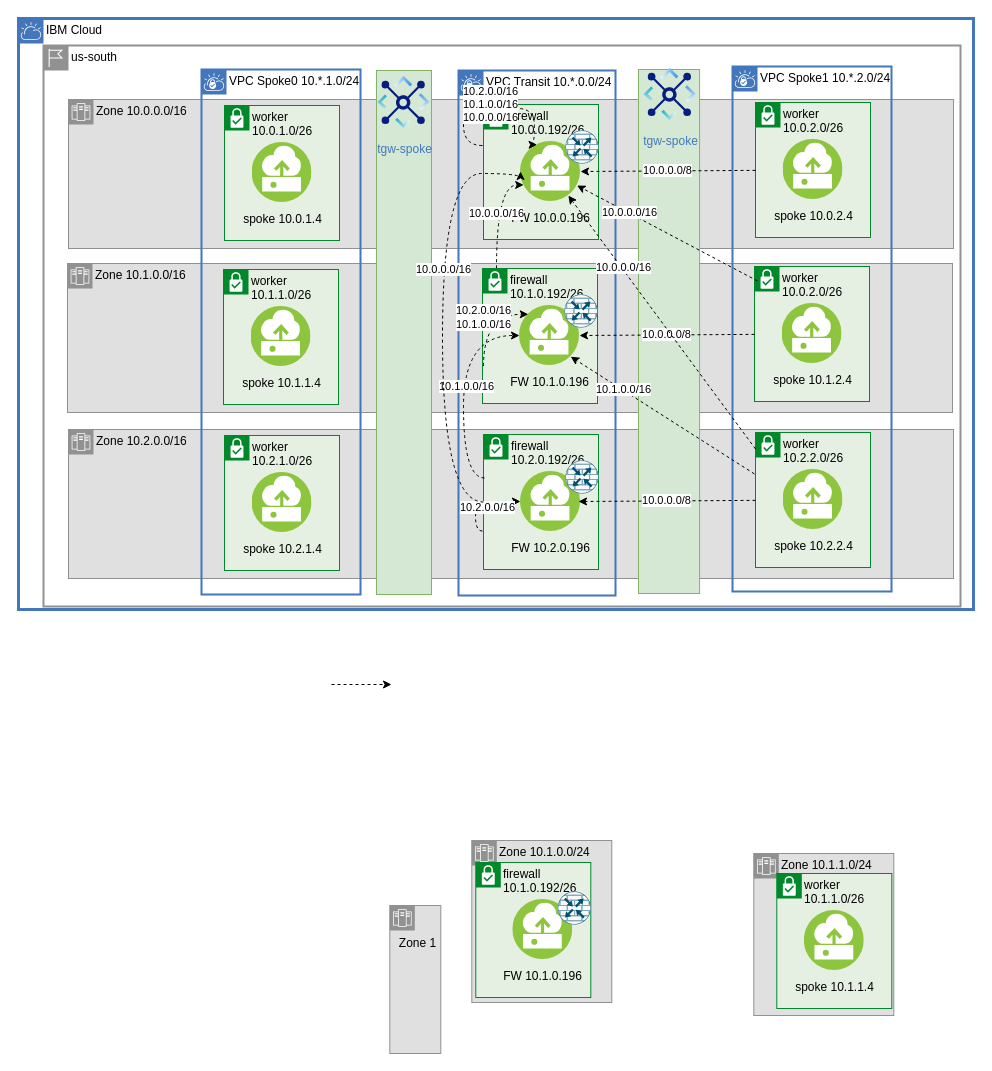
ibm-cloud-docs/solution-tutorials keeps this draw.io diagram as page "asymmetric-spoke-fw" (5 of 8) of diagrams/vpc-transit.drawio. Above is the earlier version. Source tidied: cells renumbered, new cells numbered last; positions are measured from the earlier drawing's top-left corner, leaving out a move shared by most shapes. Both pictures are drawn from the tidied source at 100%, with x=0, y=0 at pixel (18, 18).
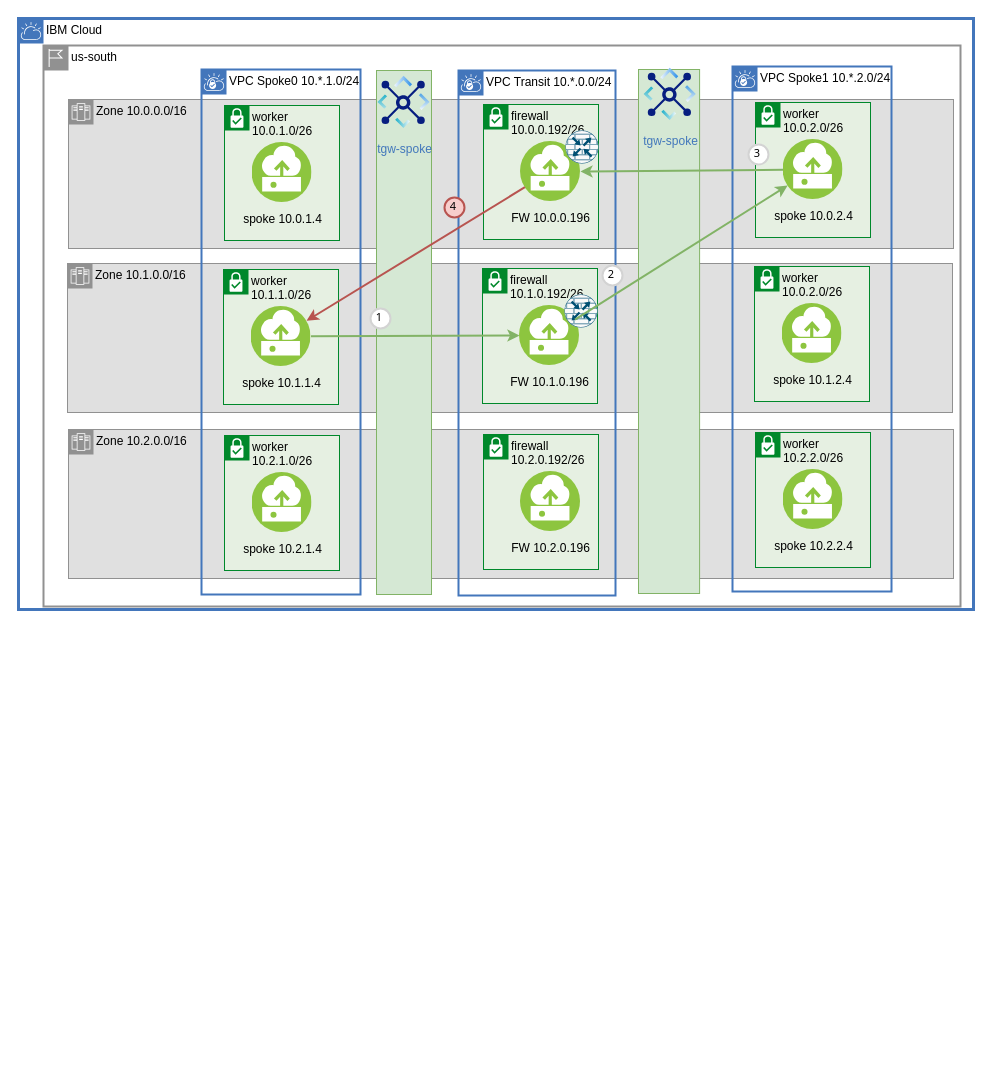
The same page after the edit.

The change refers to these unchanged cells:
```xml
<mxCell id="9" value="firewall&lt;br&gt;10.2.0.192/26" style="shape=mxgraph.ibm.box;prType=subnet;fontStyle=0;verticalAlign=top;align=left;spacingLeft=32;spacingTop=4;fillColor=#E6F0E2;rounded=0;whiteSpace=wrap;html=1;strokeColor=#00882B;strokeWidth=1;dashed=0;spacing=-4;flipV=0;" parent="1" vertex="1">
  <mxGeometry x="465" y="416" width="115" height="135" as="geometry" />
</mxCell>
<mxCell id="10" value="worker 10.2.2.0/26" style="shape=mxgraph.ibm.box;prType=subnet;fontStyle=0;verticalAlign=top;align=left;spacingLeft=32;spacingTop=4;fillColor=#E6F0E2;rounded=0;whiteSpace=wrap;html=1;strokeColor=#00882B;strokeWidth=1;dashed=0;spacing=-4;" parent="1" vertex="1">
  <mxGeometry x="737" y="414" width="115" height="135" as="geometry" />
</mxCell>
<mxCell id="12" value="FW 10.2.0.196" style="perimeter=ellipsePerimeter;html=1;align=center;shadow=0;dashed=0;fontColor=black;fontSize=12;spacingTop=3;image;image=img/lib/ibm/vpc/Instance.svg;overflow=visible;noLabel=0;labelBackgroundColor=none;" parent="1" vertex="1">
  <mxGeometry x="502" y="453" width="60" height="60" as="geometry" />
</mxCell>
<mxCell id="15" value="firewall&lt;br&gt;10.0.0.192/26" style="shape=mxgraph.ibm.box;prType=subnet;fontStyle=0;verticalAlign=top;align=left;spacingLeft=32;spacingTop=4;fillColor=#E6F0E2;rounded=0;whiteSpace=wrap;html=1;strokeColor=#00882B;strokeWidth=1;dashed=0;spacing=-4;flipV=0;" parent="1" vertex="1">
  <mxGeometry x="465" y="86" width="115" height="135" as="geometry" />
</mxCell>
<mxCell id="16" value="worker 10.0.2.0/26" style="shape=mxgraph.ibm.box;prType=subnet;fontStyle=0;verticalAlign=top;align=left;spacingLeft=32;spacingTop=4;fillColor=#E6F0E2;rounded=0;whiteSpace=wrap;html=1;strokeColor=#00882B;strokeWidth=1;dashed=0;spacing=-4;" parent="1" vertex="1">
  <mxGeometry x="737" y="84" width="115" height="135" as="geometry" />
</mxCell>
<mxCell id="17" value="spoke 10.0.2.4" style="perimeter=ellipsePerimeter;html=1;align=center;shadow=0;dashed=0;fontColor=black;fontSize=12;spacingTop=3;image;image=img/lib/ibm/vpc/Instance.svg;overflow=visible;noLabel=0;labelBackgroundColor=none;" parent="1" vertex="1">
  <mxGeometry x="764.5" y="121" width="60" height="60" as="geometry" />
</mxCell>
<mxCell id="18" value="FW 10.0.0.196" style="perimeter=ellipsePerimeter;html=1;align=center;shadow=0;dashed=0;fontColor=black;fontSize=12;spacingTop=3;image;image=img/lib/ibm/vpc/Instance.svg;overflow=visible;noLabel=0;labelBackgroundColor=none;" parent="1" vertex="1">
  <mxGeometry x="502" y="123" width="60" height="60" as="geometry" />
</mxCell>
<mxCell id="36" value="firewall&lt;br&gt;10.1.0.192/26" style="shape=mxgraph.ibm.box;prType=subnet;fontStyle=0;verticalAlign=top;align=left;spacingLeft=32;spacingTop=4;fillColor=#E6F0E2;rounded=0;whiteSpace=wrap;html=1;strokeColor=#00882B;strokeWidth=1;dashed=0;spacing=-4;flipV=0;" parent="1" vertex="1">
  <mxGeometry x="464" y="250" width="115" height="135" as="geometry" />
</mxCell>
<mxCell id="37" value="worker 10.0.2.0/26" style="shape=mxgraph.ibm.box;prType=subnet;fontStyle=0;verticalAlign=top;align=left;spacingLeft=32;spacingTop=4;fillColor=#E6F0E2;rounded=0;whiteSpace=wrap;html=1;strokeColor=#00882B;strokeWidth=1;dashed=0;spacing=-4;" parent="1" vertex="1">
  <mxGeometry x="736" y="248" width="115" height="135" as="geometry" />
</mxCell>
<mxCell id="39" value="FW 10.1.0.196" style="perimeter=ellipsePerimeter;html=1;align=center;shadow=0;dashed=0;fontColor=black;fontSize=12;spacingTop=3;image;image=img/lib/ibm/vpc/Instance.svg;overflow=visible;noLabel=0;labelBackgroundColor=none;" parent="1" vertex="1">
  <mxGeometry x="501" y="287" width="60" height="60" as="geometry" />
</mxCell>
<mxCell id="44" value="spoke 10.1.1.4" style="perimeter=ellipsePerimeter;html=1;align=center;shadow=0;dashed=0;fontColor=black;fontSize=12;spacingTop=3;image;image=img/lib/ibm/vpc/Instance.svg;overflow=visible;noLabel=0;labelBackgroundColor=none;" parent="1" vertex="1">
  <mxGeometry x="232.5" y="288" width="60" height="60" as="geometry" />
</mxCell>
```

What changed in the source:
```diff
@@
-    <mxCell id="13" style="sketch=0;verticalLabelPosition=bottom;html=1;verticalAlign=top;align=center;shape=mxgraph.cisco19.rect;prIcon=router_with_firewall;fillColor=#FAFAFA;strokeColor=#005073;shadow=0;dashed=0;labelBackgroundColor=none;fontFamily=Helvetica;fontSize=12;fontColor=black;" parent="1" vertex="1">
-      <mxGeometry x="547" y="442" width="33" height="33" as="geometry" />
-    </mxCell>
-    <mxCell id="14" value="Zone 10.1.0.0/24" style="shape=mxgraph.ibm.box;prType=zone;fontStyle=0;verticalAlign=top;align=left;spacingLeft=32;spacingTop=4;fillColor=#E0E0E0;rounded=0;whiteSpace=wrap;html=1;strokeColor=#919191;strokeWidth=1;dashed=0;spacing=-4;" parent="1" vertex="1">
-      <mxGeometry x="453.3" y="822" width="140" height="162" as="geometry" />
-    </mxCell>
@@
-    <mxCell id="19" value="Zone 10.1.1.0/24" style="shape=mxgraph.ibm.box;prType=zone;fontStyle=0;verticalAlign=top;align=left;spacingLeft=32;spacingTop=4;fillColor=#E0E0E0;rounded=0;whiteSpace=wrap;html=1;strokeColor=#919191;strokeWidth=1;dashed=0;spacing=-4;" parent="1" vertex="1">
-      <mxGeometry x="735.3" y="835" width="140" height="162" as="geometry" />
-    </mxCell>
-    <mxCell id="20" value="firewall&lt;br&gt;10.1.0.192/26" style="shape=mxgraph.ibm.box;prType=subnet;fontStyle=0;verticalAlign=top;align=left;spacingLeft=32;spacingTop=4;fillColor=#E6F0E2;rounded=0;whiteSpace=wrap;html=1;strokeColor=#00882B;strokeWidth=1;dashed=0;spacing=-4;flipV=0;" parent="1" vertex="1">
-      <mxGeometry x="457.3" y="844" width="115" height="135" as="geometry" />
-    </mxCell>
-    <mxCell id="21" value="worker 10.1.1.0/26" style="shape=mxgraph.ibm.box;prType=subnet;fontStyle=0;verticalAlign=top;align=left;spacingLeft=32;spacingTop=4;fillColor=#E6F0E2;rounded=0;whiteSpace=wrap;html=1;strokeColor=#00882B;strokeWidth=1;dashed=0;spacing=-4;" parent="1" vertex="1">
-      <mxGeometry x="758.3" y="855" width="115" height="135" as="geometry" />
-    </mxCell>
-    <mxCell id="22" value="spoke 10.1.1.4" style="perimeter=ellipsePerimeter;html=1;align=center;shadow=0;dashed=0;fontColor=black;fontSize=12;spacingTop=3;image;image=img/lib/ibm/vpc/Instance.svg;overflow=visible;noLabel=0;labelBackgroundColor=none;" parent="1" vertex="1">
-      <mxGeometry x="785.8" y="892" width="60" height="60" as="geometry" />
-    </mxCell>
-    <mxCell id="23" value="FW 10.1.0.196" style="perimeter=ellipsePerimeter;html=1;align=center;shadow=0;dashed=0;fontColor=black;fontSize=12;spacingTop=3;image;image=img/lib/ibm/vpc/Instance.svg;overflow=visible;noLabel=0;labelBackgroundColor=none;" parent="1" vertex="1">
-      <mxGeometry x="494.3" y="881" width="60" height="60" as="geometry" />
-    </mxCell>
-    <mxCell id="24" style="sketch=0;verticalLabelPosition=bottom;html=1;verticalAlign=top;align=center;shape=mxgraph.cisco19.rect;prIcon=router_with_firewall;fillColor=#FAFAFA;strokeColor=#005073;shadow=0;dashed=0;labelBackgroundColor=none;fontFamily=Helvetica;fontSize=12;fontColor=black;" parent="1" vertex="1">
-      <mxGeometry x="539.3" y="873" width="33" height="33" as="geometry" />
-    </mxCell>
@@
-    <mxCell id="28" style="group;" parent="1" vertex="1">
-      <mxGeometry x="371.3" y="887" width="59.7" height="148" as="geometry" />
-    </mxCell>
-    <mxCell id="29" style="shape=mxgraph.ibm.box;prType=zone;fontStyle=0;verticalAlign=top;align=left;spacingLeft=32;spacingTop=4;fillColor=#E0E0E0;rounded=0;whiteSpace=wrap;html=1;strokeColor=#919191;strokeWidth=1;dashed=0;spacing=-4;" parent="28" vertex="1">
-      <mxGeometry width="51" height="148" as="geometry" />
-    </mxCell>
-    <mxCell id="30" value="Zone 1" style="text;html=1;align=center;verticalAlign=middle;strokeColor=none;fillColor=none;fontSize=12;fontFamily=Helvetica;fontColor=#000000;" parent="28" vertex="1">
-      <mxGeometry x="-0.3" y="25" width="55" height="26" as="geometry" />
-    </mxCell>
-    <mxCell id="31" style="shape=connector;rounded=0;orthogonalLoop=1;jettySize=auto;html=1;dashed=1;labelBackgroundColor=default;strokeColor=default;strokeWidth=1;fontFamily=Helvetica;fontSize=11;fontColor=default;endArrow=classic;endFill=1;" parent="1" edge="1">
-      <mxGeometry relative="1" as="geometry">
-        <mxPoint x="313" y="666" as="sourcePoint" />
-        <mxPoint x="373" y="666" as="targetPoint" />
-      </mxGeometry>
-    </mxCell>
@@
-    <mxCell id="35" value="10.0.0.0/16" style="edgeStyle=orthogonalEdgeStyle;shape=connector;curved=1;rounded=0;jettySize=auto;html=1;entryX=0;entryY=0.75;entryDx=0;entryDy=0;dashed=1;labelBackgroundColor=default;strokeColor=default;strokeWidth=1;fontFamily=Helvetica;fontSize=11;fontColor=default;endArrow=classic;endFill=1;" parent="1" edge="1" source="36" target="18">
-      <mxGeometry relative="1" as="geometry">
-        <Array as="points">
-          <mxPoint x="478" y="166" />
-        </Array>
-      </mxGeometry>
-    </mxCell>
@@
-    <mxCell id="47" value="10.0.0.0/8" style="edgeStyle=none;shape=connector;rounded=0;jettySize=auto;html=1;dashed=1;labelBackgroundColor=default;strokeColor=default;strokeWidth=1;fontFamily=Helvetica;fontSize=11;fontColor=default;endArrow=classic;endFill=1;entryX=1;entryY=0.5;entryDx=0;entryDy=0;" parent="1" edge="1" source="37" target="39">
-      <mxGeometry relative="1" as="geometry" />
-    </mxCell>
-    <mxCell id="48" value="10.0.0.0/8" style="edgeStyle=none;shape=connector;rounded=0;jettySize=auto;html=1;dashed=1;labelBackgroundColor=default;strokeColor=default;strokeWidth=1;fontFamily=Helvetica;fontSize=11;fontColor=default;endArrow=classic;endFill=1;" parent="1" edge="1" source="10">
-      <mxGeometry relative="1" as="geometry">
-        <mxPoint x="560" y="483" as="targetPoint" />
-      </mxGeometry>
-    </mxCell>
-    <mxCell id="49" style="edgeStyle=none;shape=connector;rounded=0;jettySize=auto;html=1;dashed=1;labelBackgroundColor=default;strokeColor=default;strokeWidth=1;fontFamily=Helvetica;fontSize=11;fontColor=default;endArrow=classic;endFill=1;entryX=1;entryY=1;entryDx=0;entryDy=0;exitX=-0.009;exitY=0.307;exitDx=0;exitDy=0;exitPerimeter=0;" parent="1" edge="1" source="10" target="39">
-      <mxGeometry relative="1" as="geometry" />
-    </mxCell>
-    <mxCell id="50" value="10.1.0.0/16" style="edgeLabel;html=1;align=center;verticalAlign=middle;fontSize=11;fontFamily=Helvetica;fontColor=default;" parent="49" vertex="1">
-      <mxGeometry x="0.43" y="-1" relative="1" as="geometry" />
-    </mxCell>
-    <mxCell id="51" value="10.0.0.0/8" style="edgeStyle=none;shape=connector;rounded=0;jettySize=auto;html=1;entryX=1;entryY=0.5;entryDx=0;entryDy=0;dashed=1;labelBackgroundColor=default;strokeColor=default;strokeWidth=1;fontFamily=Helvetica;fontSize=11;fontColor=default;endArrow=classic;endFill=1;" parent="1" edge="1" source="16" target="18">
-      <mxGeometry relative="1" as="geometry" />
-    </mxCell>
-    <mxCell id="52" style="edgeStyle=none;shape=connector;rounded=0;jettySize=auto;html=1;dashed=1;labelBackgroundColor=default;strokeColor=default;strokeWidth=1;fontFamily=Helvetica;fontSize=11;fontColor=default;endArrow=classic;endFill=1;exitX=0;exitY=0.122;exitDx=0;exitDy=0;exitPerimeter=0;" parent="1" edge="1" source="10" target="18">
-      <mxGeometry relative="1" as="geometry" />
-    </mxCell>
-    <mxCell id="53" value="10.0.0.0/16" style="edgeLabel;html=1;align=center;verticalAlign=middle;fontSize=11;fontFamily=Helvetica;fontColor=default;" parent="52" vertex="1">
-      <mxGeometry x="0.43" y="-1" relative="1" as="geometry" />
-    </mxCell>
-    <mxCell id="54" style="edgeStyle=none;shape=connector;rounded=0;jettySize=auto;html=1;dashed=1;labelBackgroundColor=default;strokeColor=default;strokeWidth=1;fontFamily=Helvetica;fontSize=11;fontColor=default;endArrow=classic;endFill=1;exitX=0.026;exitY=0.107;exitDx=0;exitDy=0;exitPerimeter=0;" parent="1" edge="1" source="37" target="18">
-      <mxGeometry relative="1" as="geometry" />
-    </mxCell>
-    <mxCell id="55" value="10.0.0.0/16" style="edgeLabel;html=1;align=center;verticalAlign=middle;fontSize=11;fontFamily=Helvetica;fontColor=default;" parent="54" vertex="1">
-      <mxGeometry x="0.43" y="-1" relative="1" as="geometry" />
-    </mxCell>
-    <mxCell id="56" style="edgeStyle=orthogonalEdgeStyle;shape=connector;rounded=0;jettySize=auto;html=1;dashed=1;labelBackgroundColor=default;strokeColor=default;strokeWidth=1;fontFamily=Helvetica;fontSize=11;fontColor=default;endArrow=classic;endFill=1;curved=1;exitX=-0.009;exitY=0.715;exitDx=0;exitDy=0;exitPerimeter=0;entryX=0;entryY=0.5;entryDx=0;entryDy=0;" parent="1" edge="1" source="9" target="12">
-      <mxGeometry relative="1" as="geometry">
-        <Array as="points">
-          <mxPoint x="457" y="513" />
-          <mxPoint x="457" y="483" />
-        </Array>
-      </mxGeometry>
-    </mxCell>
-    <mxCell id="57" value="10.2.0.0/16" style="edgeLabel;html=1;align=center;verticalAlign=middle;fontSize=11;fontFamily=Helvetica;fontColor=default;" parent="56" vertex="1">
-      <mxGeometry x="0.19" y="-4" relative="1" as="geometry">
-        <mxPoint y="1" as="offset" />
-      </mxGeometry>
-    </mxCell>
-    <mxCell id="58" style="edgeStyle=orthogonalEdgeStyle;shape=connector;rounded=0;jettySize=auto;html=1;entryX=0;entryY=0.5;entryDx=0;entryDy=0;dashed=1;labelBackgroundColor=default;strokeColor=default;strokeWidth=1;fontFamily=Helvetica;fontSize=11;fontColor=default;endArrow=classic;endFill=1;curved=1;exitX=0.009;exitY=0.322;exitDx=0;exitDy=0;exitPerimeter=0;" parent="1" edge="1" source="9" target="39">
-      <mxGeometry relative="1" as="geometry" />
-    </mxCell>
-    <mxCell id="59" value="10.1.0.0/16" style="edgeLabel;html=1;align=center;verticalAlign=middle;fontSize=11;fontFamily=Helvetica;fontColor=default;" parent="58" vertex="1">
-      <mxGeometry x="0.03" y="-2" relative="1" as="geometry" />
-    </mxCell>
-    <mxCell id="60" style="edgeStyle=orthogonalEdgeStyle;shape=connector;curved=1;rounded=0;jettySize=auto;html=1;entryX=0;entryY=0.5;entryDx=0;entryDy=0;dashed=1;labelBackgroundColor=default;strokeColor=default;strokeWidth=1;fontFamily=Helvetica;fontSize=11;fontColor=default;endArrow=classic;endFill=1;" parent="1" edge="1" source="9" target="18">
-      <mxGeometry relative="1" as="geometry">
-        <Array as="points">
-          <mxPoint x="424" y="484" />
-          <mxPoint x="424" y="155" />
-          <mxPoint x="502" y="155" />
-        </Array>
-      </mxGeometry>
-    </mxCell>
-    <mxCell id="61" value="10.0.0.0/16" style="edgeLabel;html=1;align=center;verticalAlign=middle;fontSize=11;fontFamily=Helvetica;fontColor=default;" parent="60" vertex="1">
-      <mxGeometry x="0.22" relative="1" as="geometry" />
-    </mxCell>
-    <mxCell id="62" value="10.2.0.0/16&lt;br&gt;10.1.0.0/16" style="edgeStyle=orthogonalEdgeStyle;shape=connector;curved=1;rounded=0;jettySize=auto;html=1;entryX=0;entryY=0;entryDx=0;entryDy=0;dashed=1;labelBackgroundColor=default;strokeColor=default;strokeWidth=1;fontFamily=Helvetica;fontSize=11;fontColor=default;endArrow=classic;endFill=1;exitX=0.009;exitY=0.722;exitDx=0;exitDy=0;exitPerimeter=0;" parent="1" edge="1" source="36" target="39">
-      <mxGeometry relative="1" as="geometry">
-        <Array as="points">
-          <mxPoint x="465" y="296" />
-        </Array>
-      </mxGeometry>
-    </mxCell>
-    <mxCell id="63" value="10.2.0.0/16&lt;br&gt;10.1.0.0/16&lt;br&gt;10.0.0.0/16" style="edgeStyle=orthogonalEdgeStyle;shape=connector;curved=1;rounded=0;jettySize=auto;html=1;entryX=0.25;entryY=0;entryDx=0;entryDy=0;dashed=1;labelBackgroundColor=default;strokeColor=default;strokeWidth=1;fontFamily=Helvetica;fontSize=11;fontColor=default;endArrow=classic;endFill=1;exitX=-0.009;exitY=0.304;exitDx=0;exitDy=0;exitPerimeter=0;" parent="1" edge="1" source="15" target="18">
-      <mxGeometry relative="1" as="geometry">
-        <Array as="points">
-          <mxPoint x="445" y="127" />
-          <mxPoint x="445" y="86" />
-          <mxPoint x="483" y="86" />
-          <mxPoint x="483" y="90" />
-          <mxPoint x="516" y="90" />
-          <mxPoint x="516" y="126" />
-        </Array>
-      </mxGeometry>
-    </mxCell>
+    <mxCell id="64" parent="0" />
+    <mxCell id="65" style="edgeStyle=none;shape=connector;rounded=0;jettySize=auto;html=1;entryX=0;entryY=0.5;entryDx=0;entryDy=0;labelBackgroundColor=default;strokeColor=#82b366;strokeWidth=2;fontFamily=Helvetica;fontSize=11;fontColor=default;endArrow=classic;endFill=1;fillColor=#d5e8d4;" parent="64" edge="1" source="44" target="39">
+      <mxGeometry relative="1" as="geometry" />
+    </mxCell>
+    <mxCell id="66" style="edgeStyle=none;shape=connector;rounded=0;jettySize=auto;html=1;labelBackgroundColor=default;strokeColor=#82b366;strokeWidth=2;fontFamily=Helvetica;fontSize=11;fontColor=default;endArrow=classic;endFill=1;fillColor=#d5e8d4;" parent="64" edge="1" source="39" target="17">
+      <mxGeometry relative="1" as="geometry" />
+    </mxCell>
+    <mxCell id="67" style="edgeStyle=none;shape=connector;rounded=0;jettySize=auto;html=1;entryX=1;entryY=0.5;entryDx=0;entryDy=0;labelBackgroundColor=default;strokeColor=#82b366;strokeWidth=2;fontFamily=Helvetica;fontSize=11;fontColor=default;endArrow=classic;endFill=1;fillColor=#d5e8d4;" parent="64" edge="1" source="17" target="18">
+      <mxGeometry relative="1" as="geometry" />
+    </mxCell>
+    <mxCell id="68" style="edgeStyle=none;shape=connector;rounded=0;jettySize=auto;html=1;labelBackgroundColor=default;strokeColor=#b85450;strokeWidth=2;fontFamily=Helvetica;fontSize=11;fontColor=default;endArrow=classic;endFill=1;fillColor=#f8cecc;" parent="64" edge="1" source="18" target="44">
+      <mxGeometry relative="1" as="geometry" />
+    </mxCell>
+    <mxCell id="69" value="1" style="ellipse;whiteSpace=wrap;html=1;strokeWidth=2;fontFamily=Tahoma;spacingBottom=4;spacingRight=2;strokeColor=#d3d3d3;fontSize=11;fontColor=default;" parent="64" vertex="1">
+      <mxGeometry x="352" y="290" width="20" height="20" as="geometry" />
+    </mxCell>
+    <mxCell id="70" value="2" style="ellipse;whiteSpace=wrap;html=1;strokeWidth=2;fontFamily=Tahoma;spacingBottom=4;spacingRight=2;strokeColor=#d3d3d3;fontSize=11;fontColor=default;" parent="64" vertex="1">
+      <mxGeometry x="584" y="247" width="20" height="20" as="geometry" />
+    </mxCell>
+    <mxCell id="71" value="3" style="ellipse;whiteSpace=wrap;html=1;strokeWidth=2;fontFamily=Tahoma;spacingBottom=4;spacingRight=2;strokeColor=#d3d3d3;fontSize=11;fontColor=default;" parent="64" vertex="1">
+      <mxGeometry x="730" y="126" width="20" height="20" as="geometry" />
+    </mxCell>
+    <mxCell id="72" value="4" style="ellipse;whiteSpace=wrap;html=1;strokeWidth=2;fontFamily=Tahoma;spacingBottom=4;spacingRight=2;strokeColor=#b85450;fontSize=11;fillColor=#f8cecc;" parent="64" vertex="1">
+      <mxGeometry x="426" y="179" width="20" height="20" as="geometry" />
+    </mxCell>
```
